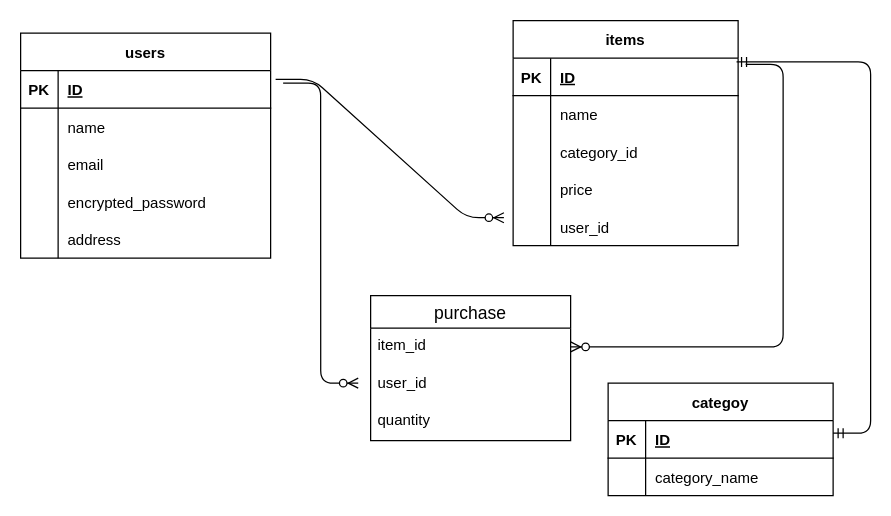
Earlier version of the draw.io diagram db.dio (kuragekamaboko/furima-38998). Source tidied: cells renumbered, new cells numbered last; positions are measured from the earlier drawing's top-left corner, leaving out a move shared by most shapes. Both pictures are drawn from the tidied source at 125%, with x=0, y=0 at pixel (20, 20).
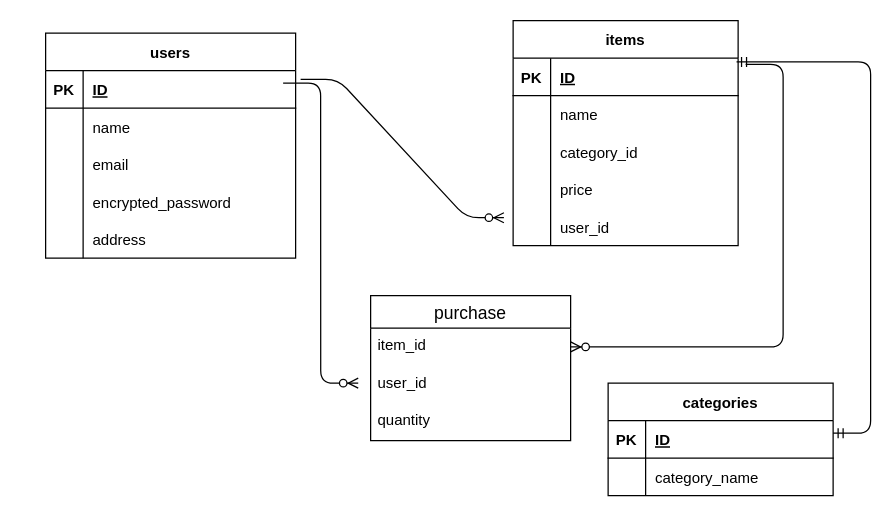
The same diagram, later.

What changed in the source:
```diff
@@
     <mxCell id="2" value="users" style="shape=table;startSize=30;childLayout=tableLayout;rowLines=0;fontStyle=1;align=center;" parent="1" vertex="1">
-      <mxGeometry y="10" width="200" height="180" as="geometry" />
+      <mxGeometry x="20" y="10" width="200" height="180" as="geometry" />
     </mxCell>
@@
-    <mxCell id="41" value="categoy" style="shape=table;startSize=30;childLayout=tableLayout;rowLines=0;fontStyle=1;align=center;" parent="1" vertex="1">
+    <mxCell id="41" value="categories" style="shape=table;startSize=30;childLayout=tableLayout;rowLines=0;fontStyle=1;align=center;" parent="1" vertex="1">
       <mxGeometry x="470" y="290" width="180" height="90" as="geometry" />
     </mxCell>
```
